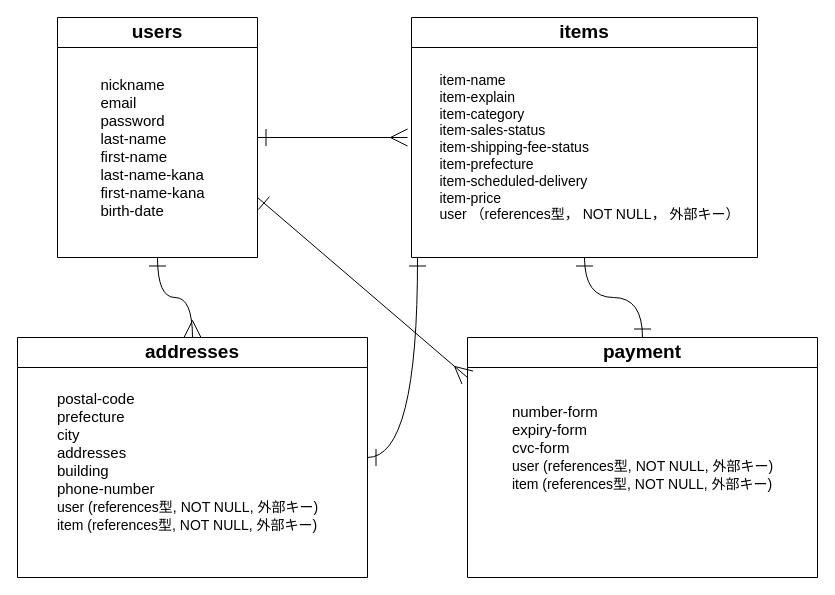
ooooeaa/furima-40460 keeps this draw.io diagram as ER.dio. Above is the earlier version. Source tidied: cells renumbered, new cells numbered last; positions are measured from the earlier drawing's top-left corner, leaving out a move shared by most shapes. Both pictures are drawn from the tidied source at 100%, with x=0, y=0 at pixel (17, 17).
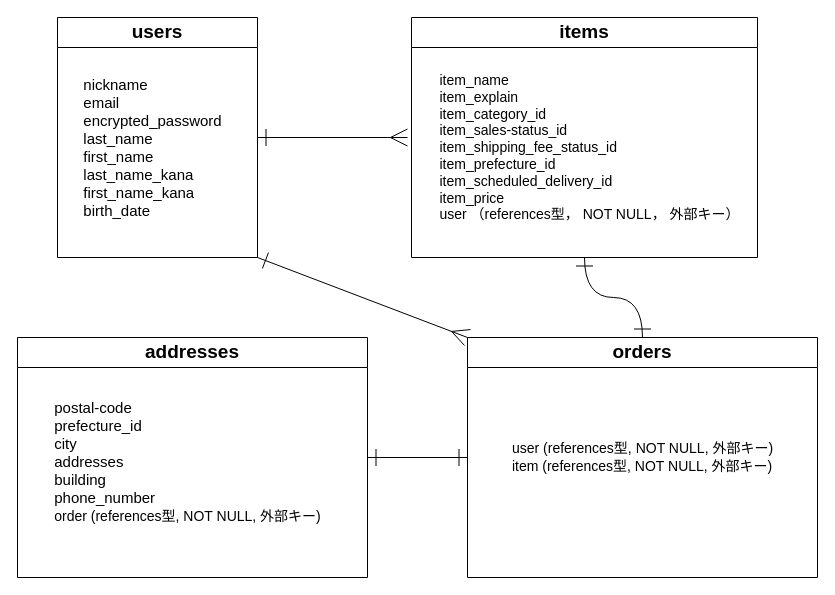
Above is the later version.

Commit message (it also covers changes not shown here):
データベース設計２

Diff of the diagram source:
```diff
@@
 <mxGraphModel>
   <root>
     <mxCell id="0" />
     <mxCell id="1" parent="0" />
     <mxCell id="2" style="edgeStyle=orthogonalEdgeStyle;html=1;exitX=1;exitY=0.5;exitDx=0;exitDy=0;curved=1;startArrow=ERone;startFill=0;endArrow=ERmany;endFill=0;strokeWidth=1;endSize=15;startSize=15;" parent="1" edge="1" source="5">
       <mxGeometry relative="1" as="geometry">
         <mxPoint x="390" y="120" as="targetPoint" />
       </mxGeometry>
     </mxCell>
-    <mxCell id="3" style="edgeStyle=orthogonalEdgeStyle;curved=1;html=1;entryX=0.5;entryY=0;entryDx=0;entryDy=0;strokeWidth=1;startArrow=ERone;startFill=0;endArrow=ERmany;endFill=0;startSize=15;endSize=15;" parent="1" edge="1" source="5" target="11">
-      <mxGeometry relative="1" as="geometry" />
-    </mxCell>
-    <mxCell id="4" style="edgeStyle=none;html=1;exitX=1;exitY=0.75;exitDx=0;exitDy=0;fontSize=14;fontColor=#F0F0F0;endArrow=ERmany;endFill=0;startArrow=ERone;startFill=0;endSize=15;startSize=15;" parent="1" edge="1" source="5">
-      <mxGeometry relative="1" as="geometry">
-        <mxPoint x="450" y="360" as="targetPoint" />
-      </mxGeometry>
-    </mxCell>
+    <mxCell id="15" style="edgeStyle=none;html=1;exitX=1;exitY=1;exitDx=0;exitDy=0;entryX=0;entryY=0;entryDx=0;entryDy=0;startArrow=ERone;startFill=0;endArrow=ERmany;endFill=0;startSize=15;endSize=15;" parent="1" edge="1" source="5" target="13">
+      <mxGeometry relative="1" as="geometry" />
+    </mxCell>
     <mxCell id="5" value="users" style="swimlane;whiteSpace=wrap;html=1;strokeColor=default;fontFamily=Helvetica;fontSize=19;fontColor=default;startSize=30;fillColor=default;" parent="1" vertex="1">
       <mxGeometry x="40" width="200" height="240" as="geometry" />
     </mxCell>
-    <mxCell id="6" value="&lt;div style=&quot;text-align: left;&quot;&gt;&lt;span style=&quot;background-color: initial;&quot;&gt;nickname&lt;/span&gt;&lt;/div&gt;&lt;div style=&quot;text-align: left; font-size: 15px;&quot;&gt;&lt;span style=&quot;background-color: initial; font-size: 15px;&quot;&gt;email&lt;/span&gt;&lt;/div&gt;&lt;div style=&quot;text-align: left; font-size: 15px;&quot;&gt;&lt;span style=&quot;background-color: initial; font-size: 15px;&quot;&gt;password&lt;/span&gt;&lt;/div&gt;&lt;div style=&quot;text-align: left; font-size: 15px;&quot;&gt;&lt;span style=&quot;background-color: initial; font-size: 15px;&quot;&gt;last-name&lt;/span&gt;&lt;/div&gt;&lt;div style=&quot;text-align: left; font-size: 15px;&quot;&gt;first-name&lt;/div&gt;&lt;div style=&quot;text-align: left; font-size: 15px;&quot;&gt;last-name-kana&lt;/div&gt;&lt;div style=&quot;text-align: left; font-size: 15px;&quot;&gt;first-name-kana&lt;/div&gt;&lt;div style=&quot;text-align: left; font-size: 15px;&quot;&gt;birth-date&lt;/div&gt;" style="text;html=1;align=center;verticalAlign=middle;strokeColor=none;fillColor=none;fontSize=15;" parent="5" vertex="1">
-      <mxGeometry x="30" y="50" width="130" height="160" as="geometry" />
+    <mxCell id="6" value="&lt;div style=&quot;text-align: left;&quot;&gt;&lt;span style=&quot;background-color: initial;&quot;&gt;nickname&lt;/span&gt;&lt;/div&gt;&lt;div style=&quot;text-align: left; font-size: 15px;&quot;&gt;&lt;span style=&quot;background-color: initial; font-size: 15px;&quot;&gt;email&lt;/span&gt;&lt;/div&gt;&lt;div style=&quot;text-align: left; font-size: 15px;&quot;&gt;&lt;span style=&quot;background-color: initial; font-size: 15px;&quot;&gt;encrypted_password&lt;/span&gt;&lt;/div&gt;&lt;div style=&quot;text-align: left; font-size: 15px;&quot;&gt;&lt;span style=&quot;background-color: initial; font-size: 15px;&quot;&gt;last_name&lt;/span&gt;&lt;/div&gt;&lt;div style=&quot;text-align: left; font-size: 15px;&quot;&gt;first_name&lt;/div&gt;&lt;div style=&quot;text-align: left; font-size: 15px;&quot;&gt;last_name_kana&lt;/div&gt;&lt;div style=&quot;text-align: left; font-size: 15px;&quot;&gt;first_name_kana&lt;/div&gt;&lt;div style=&quot;text-align: left; font-size: 15px;&quot;&gt;birth_date&lt;/div&gt;" style="text;html=1;align=center;verticalAlign=middle;strokeColor=none;fillColor=none;fontSize=15;" parent="5" vertex="1">
+      <mxGeometry x="15" y="50" width="160" height="160" as="geometry" />
     </mxCell>
     <mxCell id="7" style="edgeStyle=orthogonalEdgeStyle;html=1;strokeWidth=1;startArrow=ERone;startFill=0;endArrow=ERone;endFill=0;startSize=15;endSize=15;entryX=0.5;entryY=0;entryDx=0;entryDy=0;curved=1;" parent="1" edge="1" source="8" target="13">
       <mxGeometry relative="1" as="geometry" />
     </mxCell>
     <mxCell id="8" value="items" style="swimlane;whiteSpace=wrap;html=1;strokeColor=default;fontFamily=Helvetica;fontSize=19;fontColor=default;startSize=30;fillColor=default;" parent="1" vertex="1">
       <mxGeometry x="394" width="346" height="240" as="geometry" />
     </mxCell>
-    <mxCell id="9" value="&lt;div style=&quot;text-align: left; font-size: 14px;&quot;&gt;&lt;font style=&quot;font-size: 14px;&quot;&gt;&lt;span style=&quot;background-color: initial;&quot;&gt;item-name&lt;/span&gt;&lt;br&gt;&lt;/font&gt;&lt;/div&gt;&lt;div style=&quot;text-align: left; font-size: 14px;&quot;&gt;&lt;span style=&quot;background-color: initial;&quot;&gt;&lt;font style=&quot;font-size: 14px;&quot;&gt;item-explain&lt;/font&gt;&lt;/span&gt;&lt;/div&gt;&lt;div style=&quot;text-align: left; font-size: 14px;&quot;&gt;&lt;span style=&quot;background-color: initial;&quot;&gt;&lt;font style=&quot;font-size: 14px;&quot;&gt;item-category&lt;/font&gt;&lt;/span&gt;&lt;/div&gt;&lt;div style=&quot;text-align: left; font-size: 14px;&quot;&gt;&lt;span style=&quot;background-color: initial;&quot;&gt;&lt;font style=&quot;font-size: 14px;&quot;&gt;item-sales-status&lt;/font&gt;&lt;/span&gt;&lt;/div&gt;&lt;div style=&quot;text-align: left; font-size: 14px;&quot;&gt;&lt;span style=&quot;background-color: initial;&quot;&gt;&lt;font style=&quot;font-size: 14px;&quot;&gt;item-shipping-fee-status&lt;/font&gt;&lt;/span&gt;&lt;/div&gt;&lt;div style=&quot;text-align: left; font-size: 14px;&quot;&gt;&lt;span style=&quot;background-color: initial;&quot;&gt;&lt;font style=&quot;font-size: 14px;&quot;&gt;item-prefecture&lt;/font&gt;&lt;/span&gt;&lt;/div&gt;&lt;div style=&quot;text-align: left; font-size: 14px;&quot;&gt;&lt;span style=&quot;background-color: initial;&quot;&gt;&lt;font style=&quot;font-size: 14px;&quot;&gt;item-scheduled-delivery&lt;/font&gt;&lt;/span&gt;&lt;/div&gt;&lt;div style=&quot;text-align: left; font-size: 14px;&quot;&gt;&lt;span style=&quot;background-color: initial;&quot;&gt;&lt;font style=&quot;font-size: 14px;&quot;&gt;item-price&lt;/font&gt;&lt;/span&gt;&lt;/div&gt;&lt;div style=&quot;text-align: left; font-size: 14px;&quot;&gt;&lt;font style=&quot;font-size: 14px;&quot;&gt;&lt;span style=&quot;background-color: initial;&quot;&gt;user （references型， N&lt;/span&gt;&lt;span style=&quot;background-color: initial;&quot;&gt;OT NULL， 外部キー）&lt;/span&gt;&lt;/font&gt;&lt;/div&gt;" style="text;html=1;align=center;verticalAlign=middle;strokeColor=none;fillColor=none;fontSize=15;" parent="8" vertex="1">
+    <mxCell id="9" value="&lt;div style=&quot;text-align: left; font-size: 14px;&quot;&gt;&lt;font style=&quot;font-size: 14px;&quot;&gt;&lt;span style=&quot;background-color: initial;&quot;&gt;item_name&lt;/span&gt;&lt;br&gt;&lt;/font&gt;&lt;/div&gt;&lt;div style=&quot;text-align: left; font-size: 14px;&quot;&gt;&lt;span style=&quot;background-color: initial;&quot;&gt;&lt;font style=&quot;font-size: 14px;&quot;&gt;item_explain&lt;/font&gt;&lt;/span&gt;&lt;/div&gt;&lt;div style=&quot;text-align: left; font-size: 14px;&quot;&gt;&lt;span style=&quot;background-color: initial;&quot;&gt;&lt;font style=&quot;font-size: 14px;&quot;&gt;item_category_id&lt;/font&gt;&lt;/span&gt;&lt;/div&gt;&lt;div style=&quot;text-align: left; font-size: 14px;&quot;&gt;&lt;span style=&quot;background-color: initial;&quot;&gt;&lt;font style=&quot;font-size: 14px;&quot;&gt;item_sales-status_id&lt;/font&gt;&lt;/span&gt;&lt;/div&gt;&lt;div style=&quot;text-align: left; font-size: 14px;&quot;&gt;&lt;span style=&quot;background-color: initial;&quot;&gt;&lt;font style=&quot;font-size: 14px;&quot;&gt;item_shipping_fee_status_id&lt;/font&gt;&lt;/span&gt;&lt;/div&gt;&lt;div style=&quot;text-align: left; font-size: 14px;&quot;&gt;&lt;span style=&quot;background-color: initial;&quot;&gt;&lt;font style=&quot;font-size: 14px;&quot;&gt;item_prefecture_id&lt;/font&gt;&lt;/span&gt;&lt;/div&gt;&lt;div style=&quot;text-align: left; font-size: 14px;&quot;&gt;&lt;span style=&quot;background-color: initial;&quot;&gt;&lt;font style=&quot;font-size: 14px;&quot;&gt;item_scheduled_delivery_id&lt;/font&gt;&lt;/span&gt;&lt;/div&gt;&lt;div style=&quot;text-align: left; font-size: 14px;&quot;&gt;&lt;span style=&quot;background-color: initial;&quot;&gt;&lt;font style=&quot;font-size: 14px;&quot;&gt;item_price&lt;/font&gt;&lt;/span&gt;&lt;/div&gt;&lt;div style=&quot;text-align: left; font-size: 14px;&quot;&gt;&lt;font style=&quot;font-size: 14px;&quot;&gt;&lt;span style=&quot;background-color: initial;&quot;&gt;user （references型， N&lt;/span&gt;&lt;span style=&quot;background-color: initial;&quot;&gt;OT NULL， 外部キー）&lt;/span&gt;&lt;/font&gt;&lt;/div&gt;" style="text;html=1;align=center;verticalAlign=middle;strokeColor=none;fillColor=none;fontSize=15;" parent="8" vertex="1">
       <mxGeometry x="18" y="50" width="320" height="160" as="geometry" />
     </mxCell>
-    <mxCell id="10" style="edgeStyle=orthogonalEdgeStyle;curved=1;html=1;strokeWidth=1;startArrow=ERone;startFill=0;endArrow=ERone;endFill=0;startSize=15;endSize=15;" parent="1" edge="1" source="11">
-      <mxGeometry relative="1" as="geometry">
-        <mxPoint x="400" y="240" as="targetPoint" />
-      </mxGeometry>
-    </mxCell>
+    <mxCell id="4" style="edgeStyle=none;html=1;exitX=1;exitY=0.5;exitDx=0;exitDy=0;entryX=0;entryY=0.5;entryDx=0;entryDy=0;endArrow=ERone;endFill=0;startArrow=ERone;startFill=0;startSize=15;endSize=15;" parent="1" edge="1" source="11" target="13">
+      <mxGeometry relative="1" as="geometry" />
+    </mxCell>
     <mxCell id="11" value="addresses" style="swimlane;whiteSpace=wrap;html=1;strokeColor=default;fontFamily=Helvetica;fontSize=19;fontColor=default;startSize=30;fillColor=default;" parent="1" vertex="1">
       <mxGeometry y="320" width="350" height="240" as="geometry" />
     </mxCell>
-    <mxCell id="12" value="&lt;div style=&quot;text-align: left;&quot;&gt;postal-code&lt;/div&gt;&lt;div style=&quot;text-align: left;&quot;&gt;prefecture&lt;/div&gt;&lt;div style=&quot;text-align: left;&quot;&gt;city&lt;/div&gt;&lt;div style=&quot;text-align: left;&quot;&gt;addresses&lt;/div&gt;&lt;div style=&quot;text-align: left;&quot;&gt;building&lt;/div&gt;&lt;div style=&quot;text-align: left;&quot;&gt;phone-number&lt;/div&gt;&lt;div style=&quot;text-align: left;&quot;&gt;&lt;div&gt;&lt;span style=&quot;font-size: 14px; background-color: initial;&quot;&gt;user (references型, NOT NULL, 外部キー)&lt;/span&gt;&lt;br&gt;&lt;/div&gt;&lt;div&gt;&lt;span style=&quot;font-size: 14px;&quot;&gt;item (references型, NOT NULL, 外部キー)&lt;/span&gt;&lt;/div&gt;&lt;/div&gt;" style="text;html=1;align=center;verticalAlign=middle;strokeColor=none;fillColor=none;fontSize=15;" parent="11" vertex="1">
-      <mxGeometry x="30" y="44" width="280" height="160" as="geometry" />
+    <mxCell id="12" value="&lt;div style=&quot;text-align: left;&quot;&gt;postal-code&lt;/div&gt;&lt;div style=&quot;text-align: left;&quot;&gt;prefecture_id&lt;/div&gt;&lt;div style=&quot;text-align: left;&quot;&gt;city&lt;/div&gt;&lt;div style=&quot;text-align: left;&quot;&gt;addresses&lt;/div&gt;&lt;div style=&quot;text-align: left;&quot;&gt;building&lt;/div&gt;&lt;div style=&quot;text-align: left;&quot;&gt;phone_number&lt;/div&gt;&lt;div style=&quot;text-align: left;&quot;&gt;&lt;div&gt;&lt;span style=&quot;font-size: 14px; background-color: initial;&quot;&gt;order (references型, NOT NULL, 外部キー)&lt;/span&gt;&lt;/div&gt;&lt;/div&gt;" style="text;html=1;align=center;verticalAlign=middle;strokeColor=none;fillColor=none;fontSize=15;" parent="11" vertex="1">
+      <mxGeometry x="25" y="54" width="290" height="140" as="geometry" />
     </mxCell>
-    <mxCell id="13" value="payment" style="swimlane;whiteSpace=wrap;html=1;strokeColor=default;fontFamily=Helvetica;fontSize=19;fontColor=default;startSize=30;fillColor=default;" parent="1" vertex="1">
+    <mxCell id="13" value="orders" style="swimlane;whiteSpace=wrap;html=1;strokeColor=default;fontFamily=Helvetica;fontSize=19;fontColor=default;startSize=30;fillColor=default;" parent="1" vertex="1">
       <mxGeometry x="450" y="320" width="350" height="240" as="geometry" />
     </mxCell>
-    <mxCell id="14" value="&lt;div style=&quot;text-align: left;&quot;&gt;number-form&lt;/div&gt;&lt;div style=&quot;text-align: left;&quot;&gt;expiry-form&lt;/div&gt;&lt;div style=&quot;text-align: left;&quot;&gt;cvc-form&lt;/div&gt;&lt;div style=&quot;text-align: left;&quot;&gt;&lt;span style=&quot;font-size: 14px; background-color: initial;&quot;&gt;user (references型, NOT NULL, 外部キー)&lt;/span&gt;&lt;br&gt;&lt;/div&gt;&lt;div style=&quot;text-align: left;&quot;&gt;&lt;span style=&quot;font-size: 14px;&quot;&gt;item (references型, NOT NULL, 外部キー)&lt;/span&gt;&lt;/div&gt;" style="text;html=1;align=center;verticalAlign=middle;strokeColor=none;fillColor=none;fontSize=15;" parent="13" vertex="1">
-      <mxGeometry x="35" y="60" width="280" height="100" as="geometry" />
+    <mxCell id="14" value="&lt;div style=&quot;text-align: left;&quot;&gt;&lt;br&gt;&lt;/div&gt;&lt;div style=&quot;text-align: left;&quot;&gt;&lt;span style=&quot;font-size: 14px; background-color: initial;&quot;&gt;user (references型, NOT NULL, 外部キー)&lt;/span&gt;&lt;br&gt;&lt;/div&gt;&lt;div style=&quot;text-align: left;&quot;&gt;&lt;span style=&quot;font-size: 14px;&quot;&gt;item (references型, NOT NULL, 外部キー)&lt;/span&gt;&lt;/div&gt;" style="text;html=1;align=center;verticalAlign=middle;strokeColor=none;fillColor=none;fontSize=15;" parent="13" vertex="1">
+      <mxGeometry x="35" y="75" width="280" height="70" as="geometry" />
     </mxCell>
   </root>
 </mxGraphModel>
```
